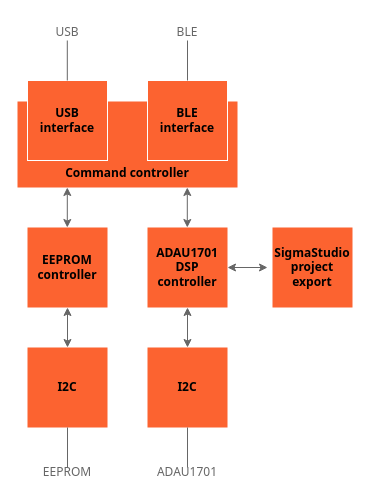
Before: device_firmware/functional_design_firmware.drawio in perrypetiet/EasyDSP, a draw.io diagram. Source tidied: cells renumbered, new cells numbered last; positions are measured from the earlier drawing's top-left corner, leaving out a move shared by most shapes. Both pictures are drawn from the tidied source at 100%, with x=0, y=0 at pixel (17, 17).
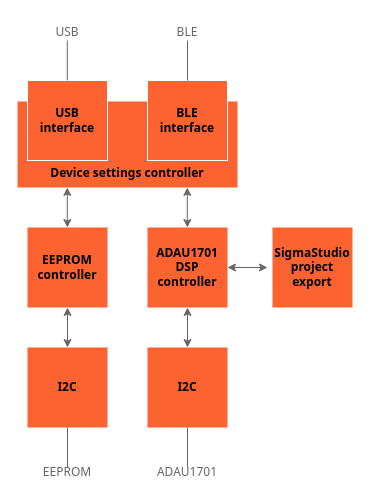
The same page after the edit.

What changed in the source:
```diff
@@
-    <mxCell id="7" value="&lt;b&gt;&lt;br&gt;&lt;br&gt;&lt;br&gt;&lt;br&gt;Command controller&lt;/b&gt;" style="rounded=0;whiteSpace=wrap;html=1;fontFamily=Tahoma;fillColor=#FC6330;strokeColor=none;" parent="1" vertex="1">
+    <mxCell id="7" value="&lt;b&gt;&lt;br&gt;&lt;br&gt;&lt;br&gt;&lt;br&gt;Device settings controller&lt;br&gt;&lt;/b&gt;" style="rounded=0;whiteSpace=wrap;html=1;fontFamily=Tahoma;fillColor=#FC6330;strokeColor=none;" parent="1" vertex="1">
       <mxGeometry y="84" width="220" height="86" as="geometry" />
     </mxCell>
```
